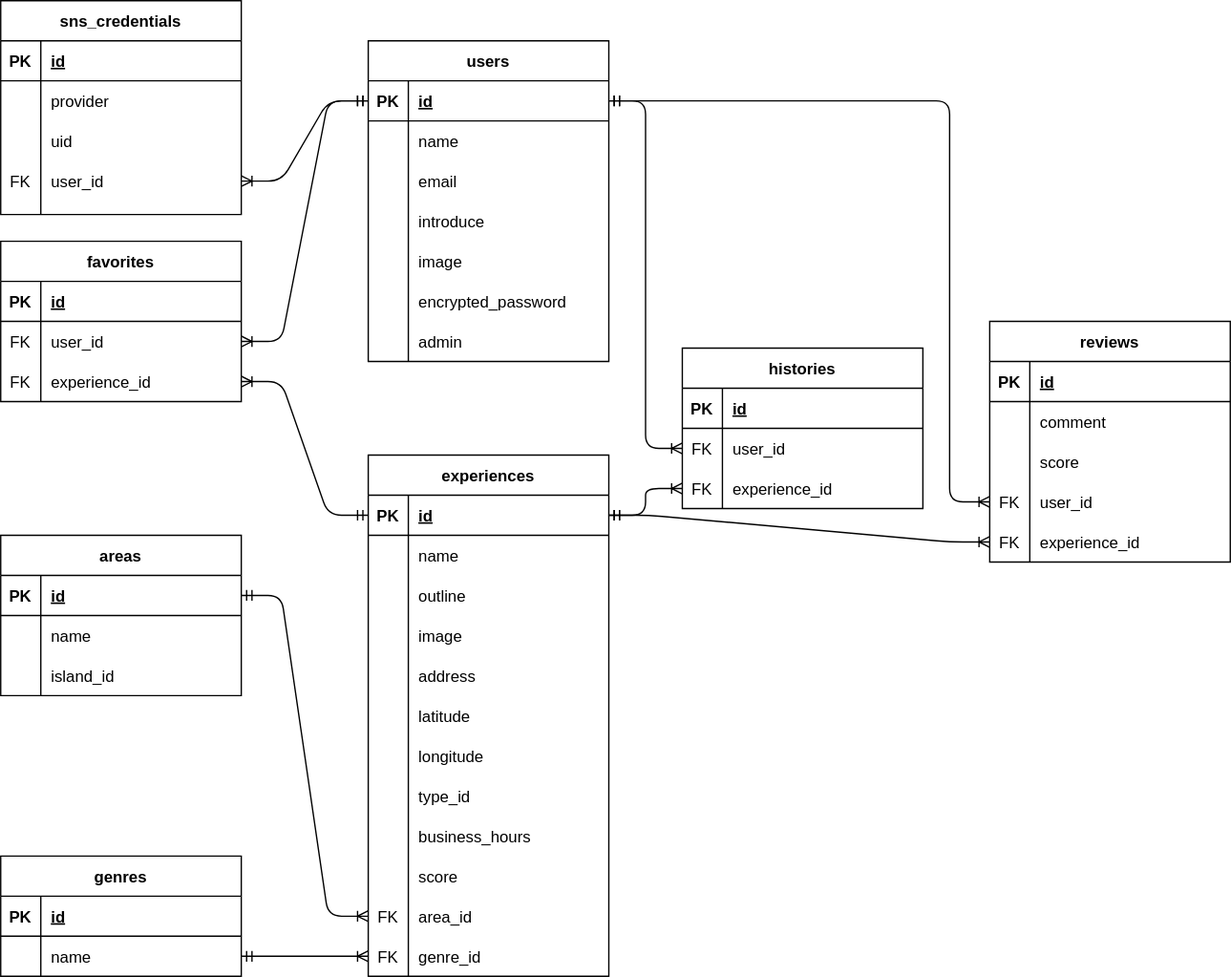
Earlier version of the draw.io export db/let's-enjoy-hawaii.drawio.svg (Yasunori-aloha/lets-enjoy-hawaii). Source tidied: cells renumbered, new cells last; positions are measured from the earlier drawing's top-left corner, leaving out a move shared by most shapes.
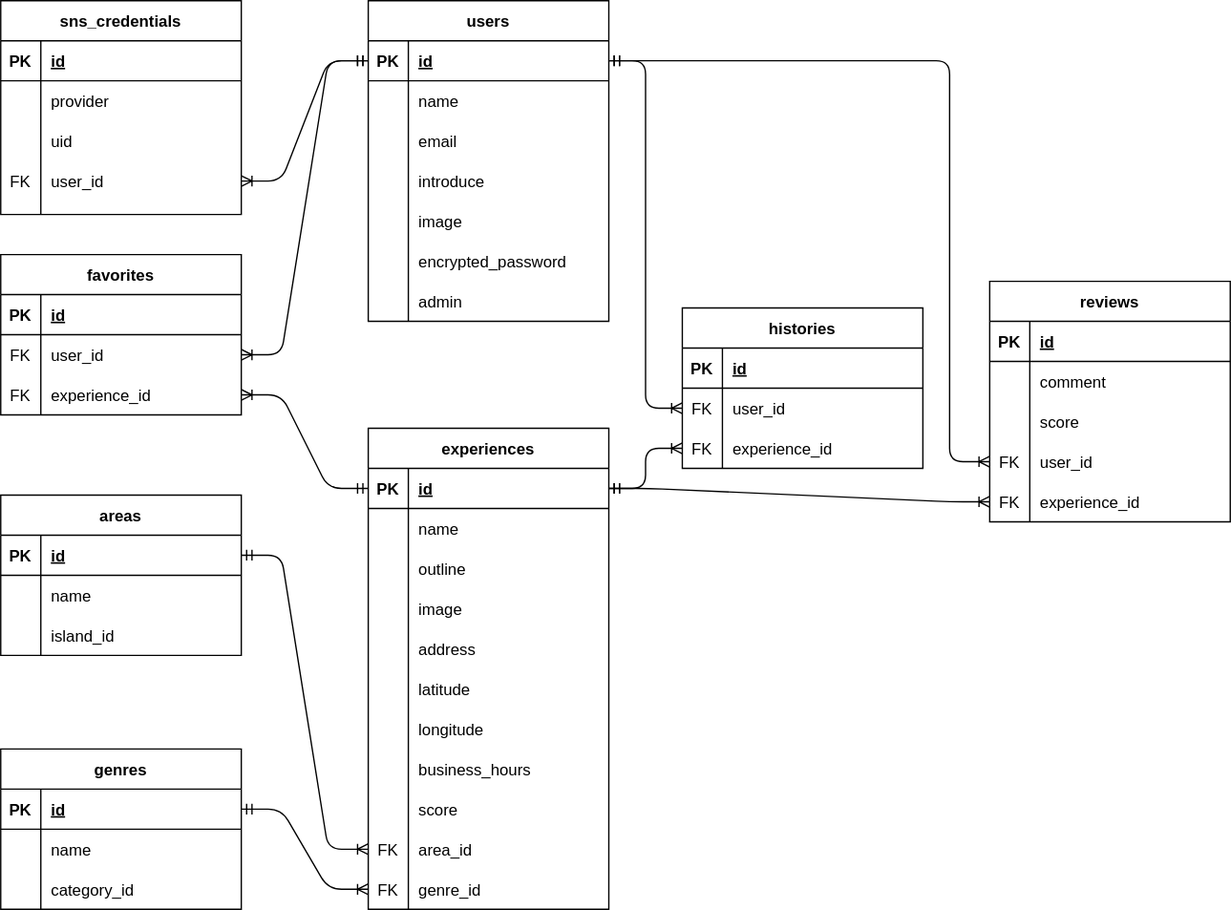
After the change.

Commit message:
'README.md'内のER図を最新のものに変更 #40

The edit, as a diff of the source:
```diff
@@ -99,7 +99,7 @@
       <mxGeometry x="30" width="150" height="30" as="geometry" />
     </mxCell>
     <mxCell id="34" value="favorites" style="shape=table;startSize=30;rowLines=0;fontStyle=1;align=center;" parent="1" vertex="1">
-      <mxGeometry y="180" width="180" height="120" as="geometry" />
+      <mxGeometry y="220" width="180" height="120" as="geometry" />
     </mxCell>
     <mxCell id="35" style="shape=partialRectangle;fillColor=none;top=0;left=0;bottom=1;right=0;" parent="34" vertex="1">
       <mxGeometry y="30" width="180" height="30" as="geometry" />
@@ -129,7 +129,7 @@
       <mxGeometry x="30" width="150" height="30" as="geometry" />
     </mxCell>
     <mxCell id="44" value="genres" style="shape=table;startSize=30;rowLines=0;fontStyle=1;align=center;" parent="1" vertex="1">
-      <mxGeometry y="640" width="180" height="90" as="geometry" />
+      <mxGeometry y="590" width="180" height="120" as="geometry" />
     </mxCell>
     <mxCell id="45" style="shape=partialRectangle;fillColor=none;top=0;left=0;bottom=1;right=0;points=[[0,0.5],[1,0.5]];portConstraint=eastwest;" parent="44" vertex="1">
       <mxGeometry y="30" width="180" height="30" as="geometry" />
@@ -149,10 +149,19 @@
     <mxCell id="50" value="name" style="shape=partialRectangle;fillColor=none;top=0;left=0;bottom=0;right=0;align=left;spacingLeft=6;overflow=hidden;" parent="48" vertex="1">
       <mxGeometry x="30" width="150" height="30" as="geometry" />
     </mxCell>
+    <mxCell id="136" style="shape=partialRectangle;fillColor=none;top=0;left=0;bottom=0;right=0;" parent="44" vertex="1">
+      <mxGeometry y="90" width="180" height="30" as="geometry" />
+    </mxCell>
+    <mxCell id="137" style="shape=partialRectangle;fillColor=none;top=0;left=0;bottom=0;right=0;overflow=hidden;" parent="136" vertex="1">
+      <mxGeometry width="30" height="30" as="geometry" />
+    </mxCell>
+    <mxCell id="138" value="category_id" style="shape=partialRectangle;fillColor=none;top=0;left=0;bottom=0;right=0;align=left;spacingLeft=6;overflow=hidden;" parent="136" vertex="1">
+      <mxGeometry x="30" width="150" height="30" as="geometry" />
+    </mxCell>
     <mxCell id="51" style="edgeStyle=entityRelationEdgeStyle;fontSize=12;html=1;endArrow=ERoneToMany;startArrow=ERmandOne;exitX=1;exitY=0.5;exitDx=0;exitDy=0;entryX=0;entryY=0.5;entryDx=0;entryDy=0;" parent="1" edge="1" source="3" target="116">
       <mxGeometry relative="1" as="geometry" />
     </mxCell>
-    <mxCell id="52" style="edgeStyle=entityRelationEdgeStyle;fontSize=12;html=1;endArrow=ERoneToMany;startArrow=ERmandOne;entryX=0;entryY=0.5;entryDx=0;entryDy=0;exitX=1;exitY=0.5;exitDx=0;exitDy=0;" parent="1" edge="1" source="48" target="119">
+    <mxCell id="52" style="edgeStyle=entityRelationEdgeStyle;fontSize=12;html=1;endArrow=ERoneToMany;startArrow=ERmandOne;entryX=0;entryY=0.5;entryDx=0;entryDy=0;exitX=1;exitY=0.5;exitDx=0;exitDy=0;" parent="1" edge="1" source="45" target="119">
       <mxGeometry relative="1" as="geometry" />
     </mxCell>
     <mxCell id="53" style="edgeStyle=entityRelationEdgeStyle;fontSize=12;html=1;endArrow=ERoneToMany;startArrow=ERmandOne;entryX=1;entryY=0.5;entryDx=0;entryDy=0;exitX=0;exitY=0.5;exitDx=0;exitDy=0;" parent="1" edge="1" source="86" target="41">
@@ -257,7 +266,7 @@
       <mxGeometry relative="1" as="geometry" />
     </mxCell>
     <mxCell id="85" value="experiences" style="shape=table;startSize=30;rowLines=0;fontStyle=1;align=center;" parent="1" vertex="1">
-      <mxGeometry x="275" y="340" width="180" height="390" as="geometry" />
+      <mxGeometry x="275" y="350" width="180" height="360" as="geometry" />
     </mxCell>
     <mxCell id="86" style="shape=partialRectangle;fillColor=none;top=0;left=0;bottom=1;right=0;points=[[0,0.5],[1,0.5]];portConstraint=eastwest;" parent="85" vertex="1">
       <mxGeometry y="30" width="180" height="30" as="geometry" />
@@ -322,17 +331,8 @@
     <mxCell id="106" value="longitude" style="shape=partialRectangle;fillColor=none;top=0;left=0;bottom=0;right=0;align=left;spacingLeft=6;overflow=hidden;" parent="104" vertex="1">
       <mxGeometry x="30" width="150" height="30" as="geometry" />
     </mxCell>
-    <mxCell id="107" style="shape=partialRectangle;fillColor=none;top=0;left=0;bottom=0;right=0;" parent="85" vertex="1">
-      <mxGeometry y="240" width="180" height="30" as="geometry" />
-    </mxCell>
-    <mxCell id="108" style="shape=partialRectangle;fillColor=none;top=0;left=0;bottom=0;right=0;fontStyle=0;overflow=hidden;" parent="107" vertex="1">
-      <mxGeometry width="30" height="30" as="geometry" />
-    </mxCell>
-    <mxCell id="109" value="type_id" style="shape=partialRectangle;fillColor=none;top=0;left=0;bottom=0;right=0;align=left;spacingLeft=6;fontStyle=0;overflow=hidden;" parent="107" vertex="1">
-      <mxGeometry x="30" width="150" height="30" as="geometry" />
-    </mxCell>
     <mxCell id="110" style="shape=partialRectangle;fillColor=none;top=0;left=0;bottom=0;right=0;" parent="85" vertex="1">
-      <mxGeometry y="270" width="180" height="30" as="geometry" />
+      <mxGeometry y="240" width="180" height="30" as="geometry" />
     </mxCell>
     <mxCell id="111" style="shape=partialRectangle;fillColor=none;top=0;left=0;bottom=0;right=0;fontStyle=0;overflow=hidden;" parent="110" vertex="1">
       <mxGeometry width="30" height="30" as="geometry" />
@@ -341,7 +341,7 @@
       <mxGeometry x="30" width="150" height="30" as="geometry" />
     </mxCell>
     <mxCell id="113" style="shape=partialRectangle;fillColor=none;top=0;left=0;bottom=0;right=0;" parent="85" vertex="1">
-      <mxGeometry y="300" width="180" height="30" as="geometry" />
+      <mxGeometry y="270" width="180" height="30" as="geometry" />
     </mxCell>
     <mxCell id="114" style="shape=partialRectangle;fillColor=none;top=0;left=0;bottom=0;right=0;fontStyle=0;overflow=hidden;" parent="113" vertex="1">
       <mxGeometry width="30" height="30" as="geometry" />
@@ -350,7 +350,7 @@
       <mxGeometry x="30" width="150" height="30" as="geometry" />
     </mxCell>
     <mxCell id="116" style="shape=partialRectangle;fillColor=none;top=0;left=0;bottom=0;right=0;points=[[0,0.5],[1,0.5]];portConstraint=eastwest;" parent="85" vertex="1">
-      <mxGeometry y="330" width="180" height="30" as="geometry" />
+      <mxGeometry y="300" width="180" height="30" as="geometry" />
     </mxCell>
     <mxCell id="117" value="FK" style="shape=partialRectangle;fillColor=none;top=0;left=0;bottom=0;right=0;fontStyle=0;overflow=hidden;" parent="116" vertex="1">
       <mxGeometry width="30" height="30" as="geometry" />
@@ -359,7 +359,7 @@
       <mxGeometry x="30" width="150" height="30" as="geometry" />
     </mxCell>
     <mxCell id="119" style="shape=partialRectangle;fillColor=none;top=0;left=0;bottom=0;right=0;points=[[0,0.5],[1,0.5]];portConstraint=eastwest;" parent="85" vertex="1">
-      <mxGeometry y="360" width="180" height="30" as="geometry" />
+      <mxGeometry y="330" width="180" height="30" as="geometry" />
     </mxCell>
     <mxCell id="120" value="FK" style="shape=partialRectangle;fillColor=none;top=0;left=0;bottom=0;right=0;fontStyle=0;overflow=hidden;" parent="119" vertex="1">
       <mxGeometry width="30" height="30" as="geometry" />
@@ -368,7 +368,7 @@
       <mxGeometry x="30" width="150" height="30" as="geometry" />
     </mxCell>
     <mxCell id="122" value="sns_credentials" style="shape=table;startSize=30;rowLines=0;fontStyle=1;align=center;" parent="1" vertex="1">
-      <mxGeometry width="180" height="160" as="geometry" />
+      <mxGeometry y="30" width="180" height="160" as="geometry" />
     </mxCell>
     <mxCell id="123" style="shape=partialRectangle;fillColor=none;top=0;left=0;bottom=1;right=0;" parent="122" vertex="1">
       <mxGeometry y="30" width="180" height="30" as="geometry" />
```
